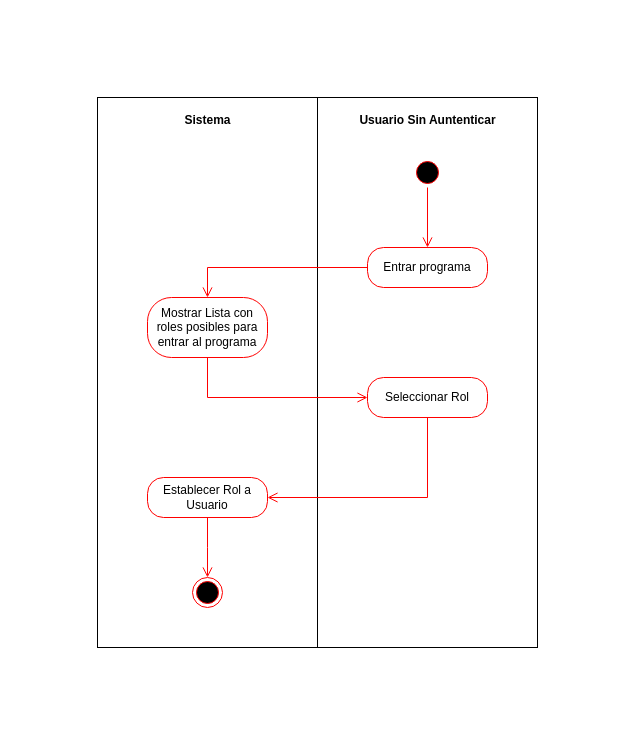
stoica25-byte/Reto-2-Entornos-Programacion keeps this draw.io diagram as page "ACT - Seleccionar Rol" (1 of 4) of uml/2 - Diagrama de Actividades/Diagrama de Actividades.drawio. Above is the earlier version. Source tidied: cells renumbered, new cells numbered last; positions are measured from the earlier drawing's top-left corner, leaving out a move shared by most shapes. Both pictures are drawn from the tidied source at 100%, with x=0, y=0 at pixel (17, 17).
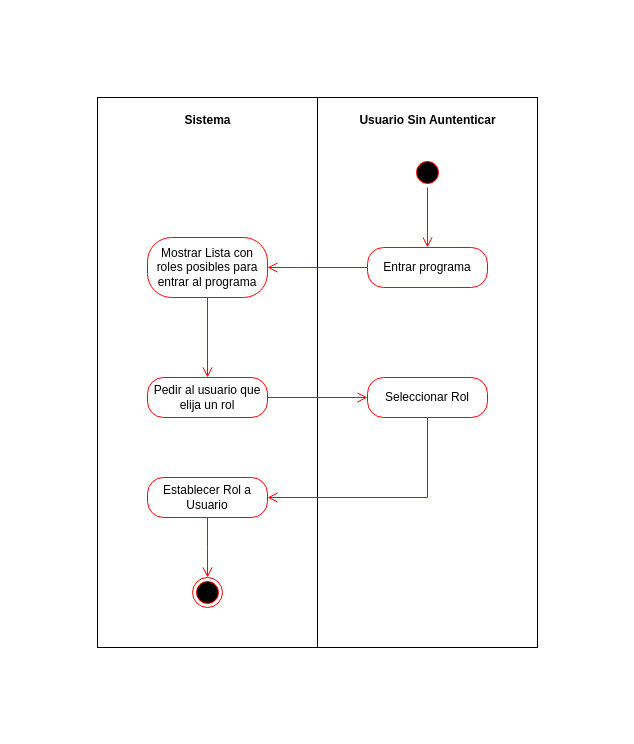
Above is the later version.

Unchanged cells that the change refers to:
```xml
<mxCell id="9" value="Entrar programa" style="rounded=1;whiteSpace=wrap;html=1;arcSize=40;fontColor=#000000;fillColor=#FFFFFF;strokeColor=#ff0000;" parent="1" vertex="1">
  <mxGeometry x="350" y="230" width="120" height="40" as="geometry" />
</mxCell>
<mxCell id="13" value="Seleccionar Rol" style="rounded=1;whiteSpace=wrap;html=1;arcSize=40;fontColor=#000000;fillColor=#FFFFFF;strokeColor=#ff0000;" parent="1" vertex="1">
  <mxGeometry x="350" y="360" width="120" height="40" as="geometry" />
</mxCell>
```

Change to the diagram source:
```diff
@@
-    <mxCell id="10" style="edgeStyle=orthogonalEdgeStyle;html=1;verticalAlign=bottom;endArrow=open;endSize=8;strokeColor=#ff0000;rounded=0;entryX=0.5;entryY=0;entryDx=0;entryDy=0;" parent="1" edge="1" source="9" target="11">
+    <mxCell id="10" style="edgeStyle=orthogonalEdgeStyle;html=1;verticalAlign=bottom;endArrow=open;endSize=8;strokeColor=#ff0000;rounded=0;entryX=1;entryY=0.5;entryDx=0;entryDy=0;" parent="1" edge="1" source="9" target="11">
       <mxGeometry relative="1" as="geometry">
         <Array as="points">
-          <mxPoint x="190" y="250" />
+          <mxPoint x="280" y="250" />
+          <mxPoint x="280" y="250" />
         </Array>
       </mxGeometry>
     </mxCell>
     <mxCell id="11" value="Mostrar Lista con roles posibles para entrar al programa" style="rounded=1;whiteSpace=wrap;html=1;arcSize=40;fontColor=#000000;fillColor=#FFFFFF;strokeColor=#ff0000;" parent="1" vertex="1">
-      <mxGeometry x="130" y="280" width="120" height="60" as="geometry" />
+      <mxGeometry x="130" y="220" width="120" height="60" as="geometry" />
     </mxCell>
-    <mxCell id="12" style="edgeStyle=orthogonalEdgeStyle;html=1;verticalAlign=bottom;endArrow=open;endSize=8;strokeColor=#ff0000;rounded=0;entryX=0;entryY=0.5;entryDx=0;entryDy=0;" parent="1" edge="1" source="11" target="13">
-      <mxGeometry relative="1" as="geometry">
-        <Array as="points">
-          <mxPoint x="190" y="380" />
-        </Array>
-      </mxGeometry>
-    </mxCell>
@@
+    <mxCell id="18" style="edgeStyle=orthogonalEdgeStyle;html=1;verticalAlign=bottom;endArrow=open;endSize=8;strokeColor=#ff0000;rounded=0;entryX=0;entryY=0.5;entryDx=0;entryDy=0;" parent="1" edge="1" source="20" target="13">
+      <mxGeometry relative="1" as="geometry" />
+    </mxCell>
+    <mxCell id="19" style="edgeStyle=orthogonalEdgeStyle;html=1;verticalAlign=bottom;endArrow=open;endSize=8;strokeColor=#ff0000;rounded=0;entryX=0.5;entryY=0;entryDx=0;entryDy=0;" parent="1" edge="1" source="11" target="20">
+      <mxGeometry relative="1" as="geometry" />
+    </mxCell>
+    <mxCell id="20" value="Pedir al usuario que elija un rol" style="rounded=1;whiteSpace=wrap;html=1;arcSize=40;fontColor=#000000;fillColor=none;strokeColor=#ff0000;" parent="1" vertex="1">
+      <mxGeometry x="130" y="360" width="120" height="40" as="geometry" />
+    </mxCell>
```
